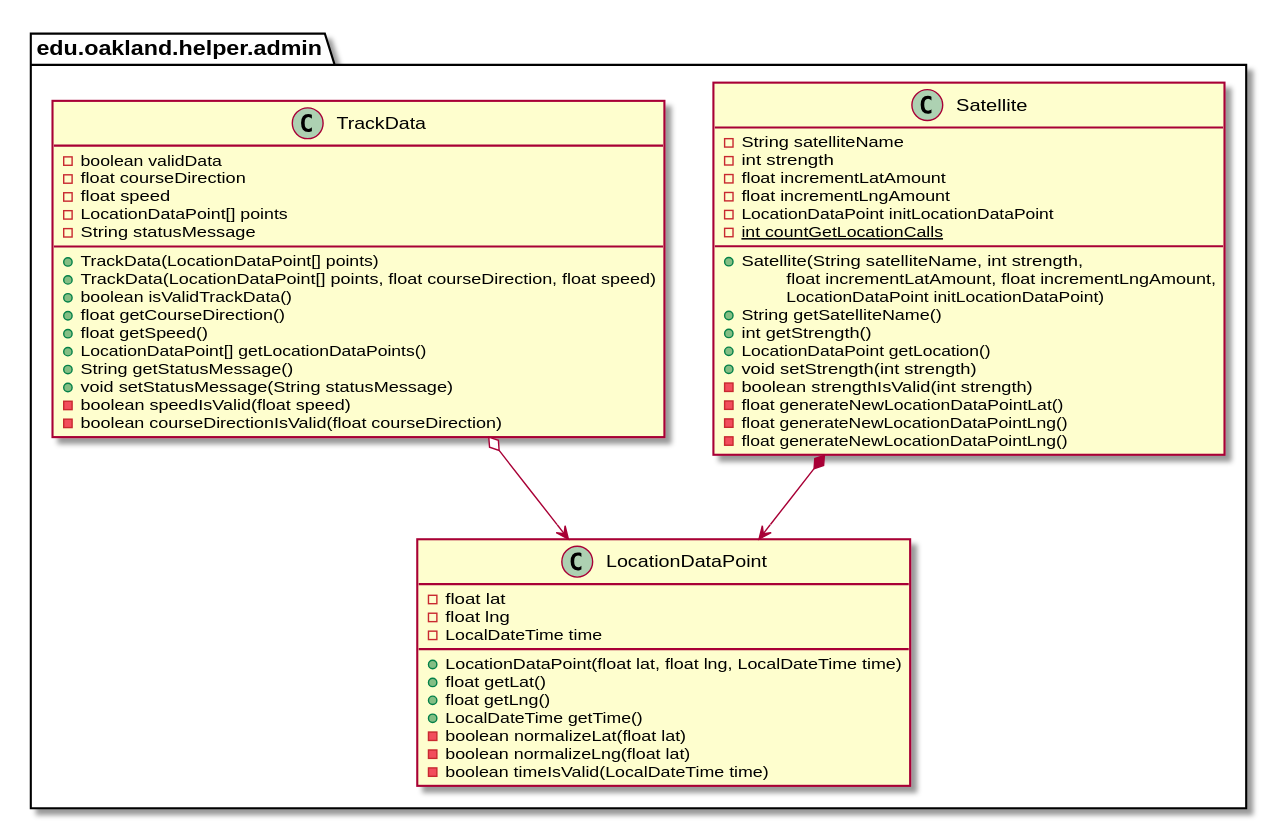
Earlier version of the PlantUML export docs/uml-class-diagrams/admin/helper/AdminHelperPackage_InternalDependencies.svg (elilley15/csi-3370-software-project).
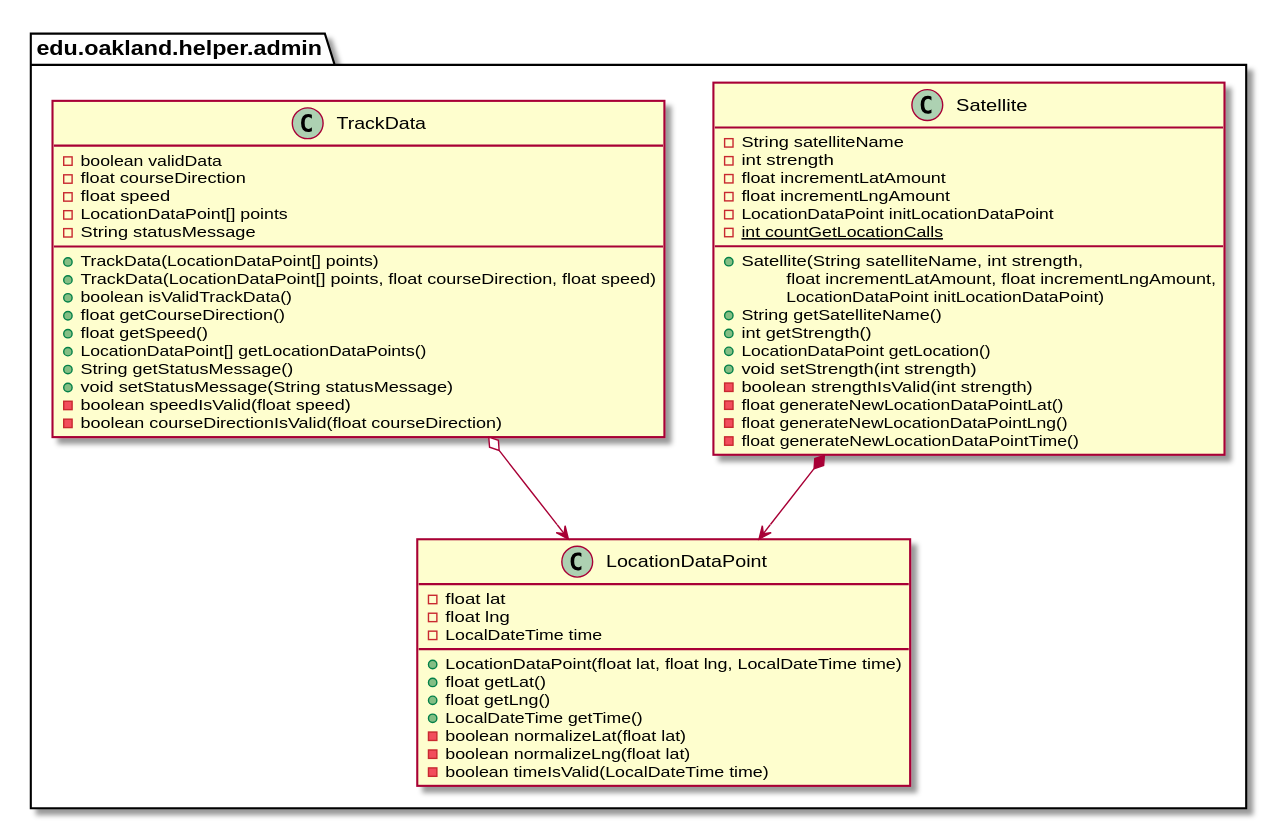
The same file after the commit.

What changed in the source:
```diff
@@ -40,7 +40,7 @@
         - boolean strengthIsValid(int strength)
         - float generateNewLocationDataPointLat()
         - float generateNewLocationDataPointLng()
-        - float generateNewLocationDataPointLng()
+        - float generateNewLocationDataPointTime()
     }
 }
 
```
